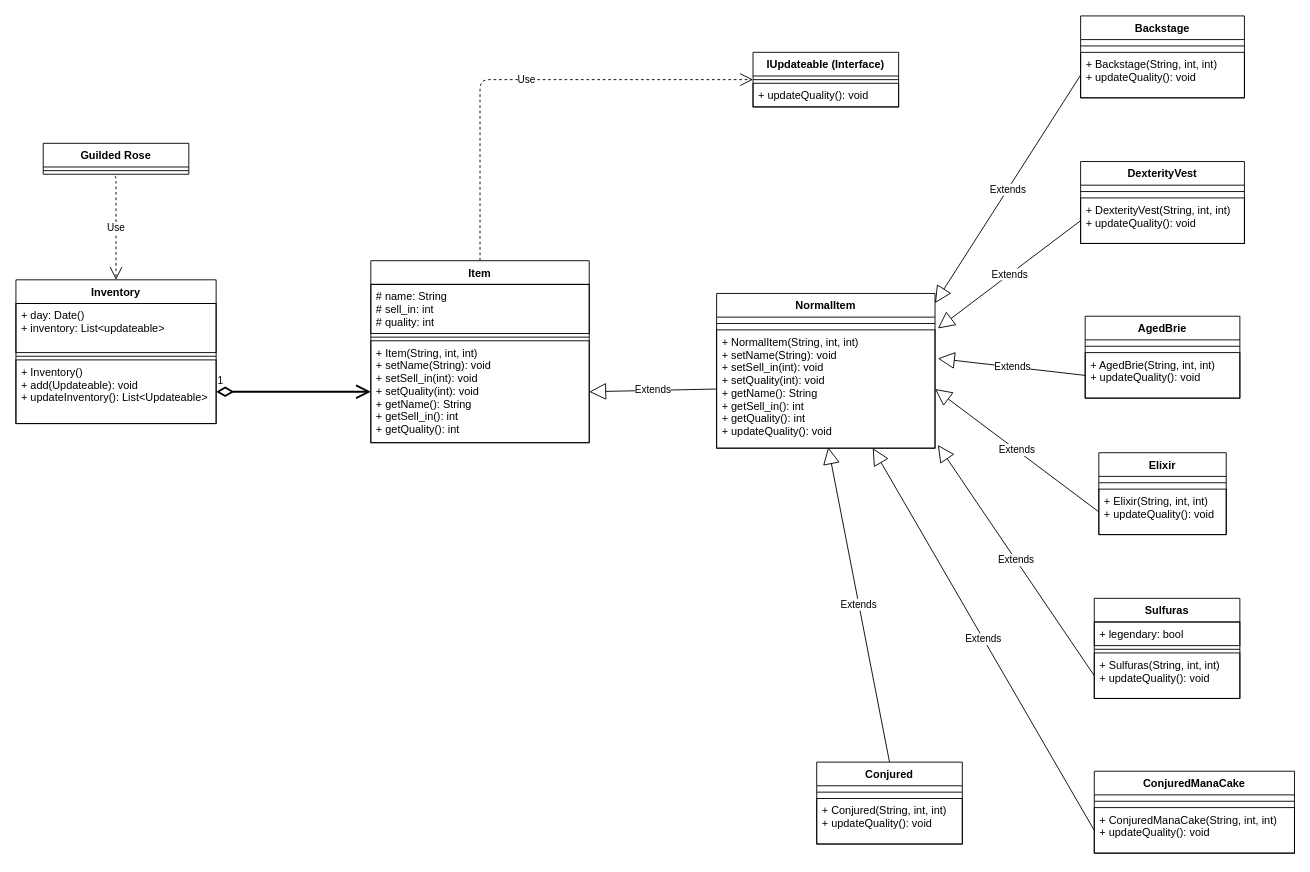
Before: DDD/UML_Diagram/UML_Diagram_Project.drawio in OllivandersProject/Ollivanders, a draw.io diagram. Source tidied: cells renumbered, new cells numbered last; positions are measured from the earlier drawing's top-left corner, leaving out a move shared by most shapes. Both pictures are drawn from the tidied source at 91%, with x=0, y=0 at pixel (15, 15).
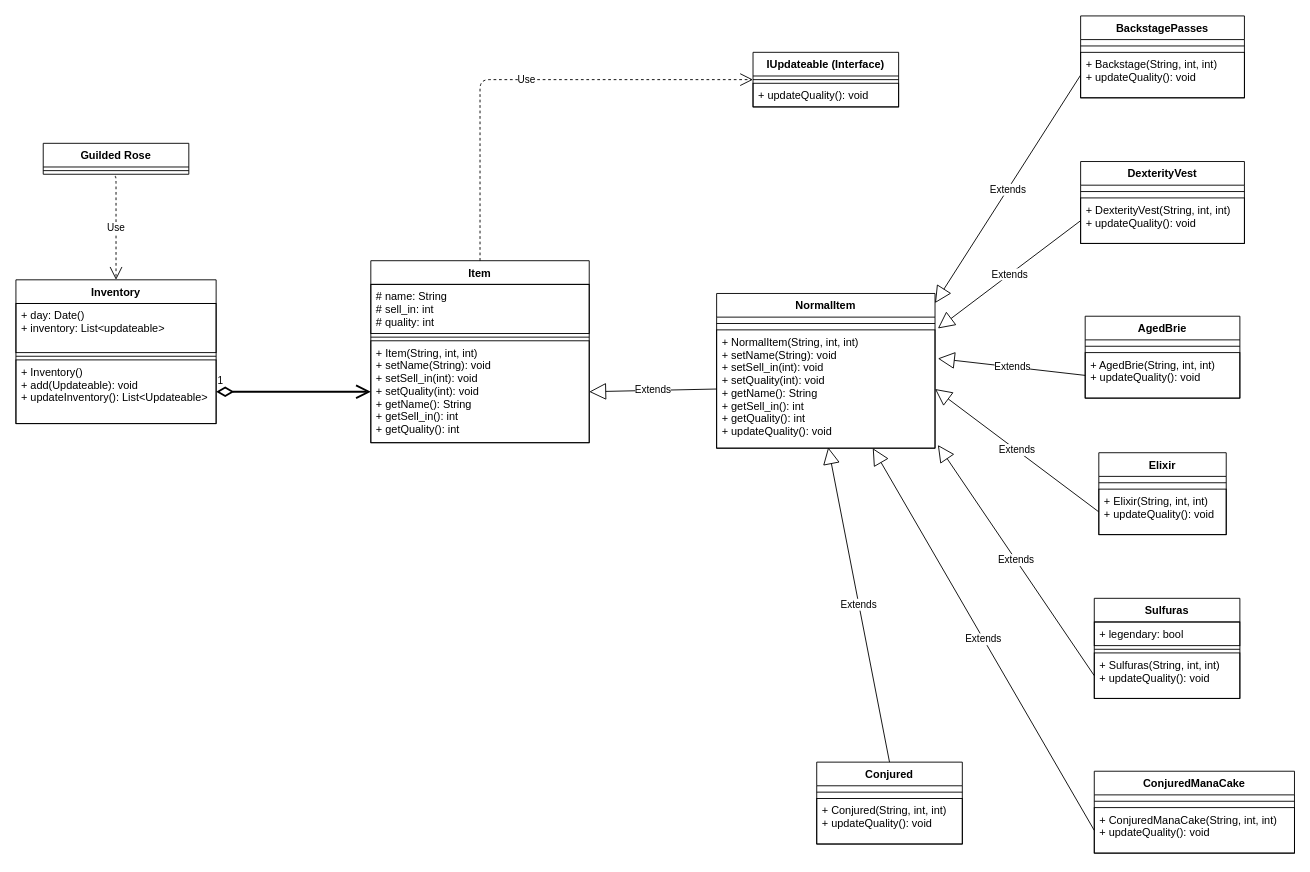
After the change.

The edit, as a diff of the source:
```diff
@@
-    <mxCell id="24" value="Backstage" style="swimlane;fontStyle=1;align=center;verticalAlign=top;horizontal=1;startSize=26;strokeColor=#000000;fontColor=#000000;" parent="1" vertex="1">
+    <mxCell id="24" value="BackstagePasses" style="swimlane;fontStyle=1;align=center;verticalAlign=top;horizontal=1;startSize=26;strokeColor=#000000;fontColor=#000000;" parent="1" vertex="1">
       <mxGeometry x="1170" width="180" height="90" as="geometry" />
     </mxCell>
```
